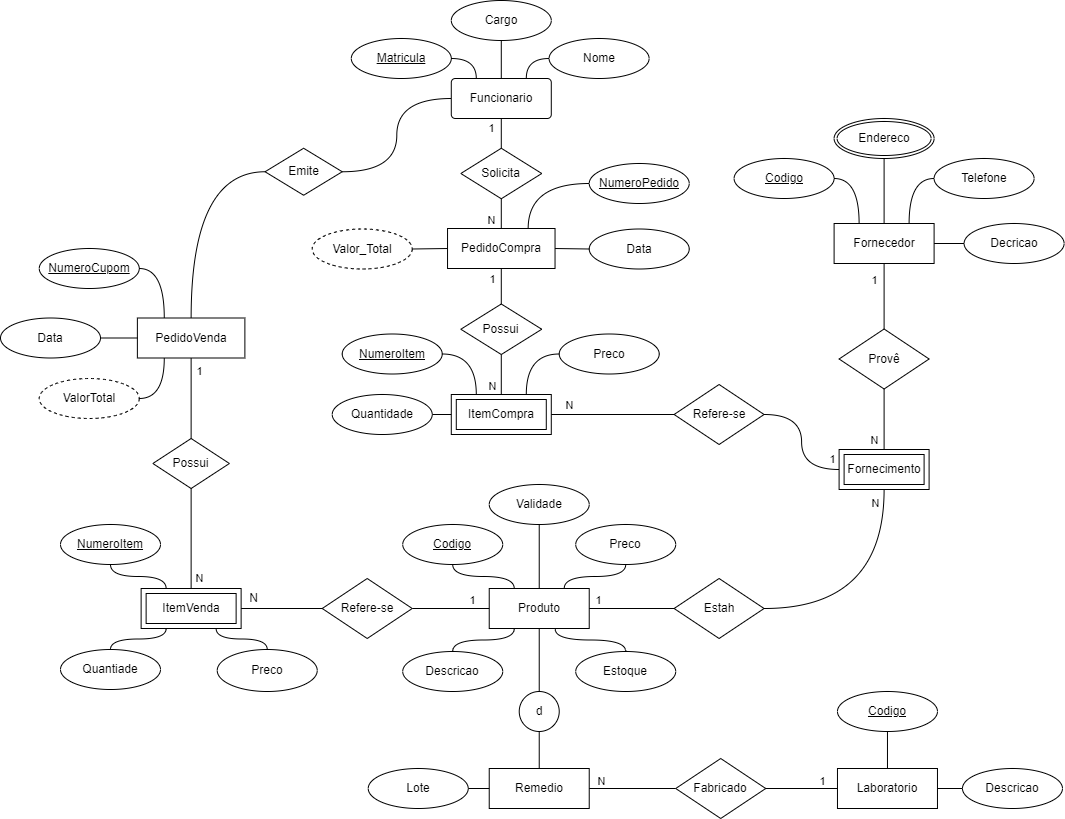
Above: docs/images/mer.png in ICEI-PUCMinas-PSG-SI-TI/psg-si-2025-1-p3-tiapn-6818100-farmacia-popular (draw.io), before the change. Source tidied: cells renumbered, new cells last; positions are measured from the earlier drawing's top-left corner, leaving out a move shared by most shapes.
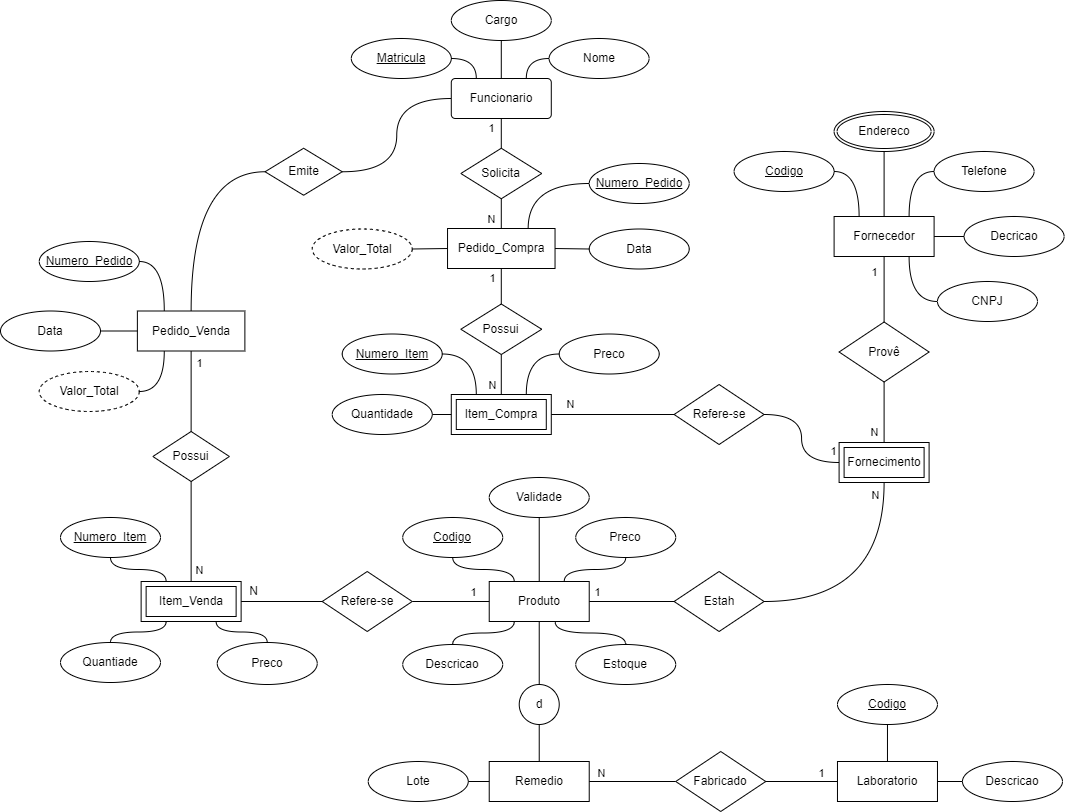
After the commit.

The edit, as a diff of the source:
```diff
@@ -3,16 +3,16 @@
     <mxCell id="0" />
     <mxCell id="1" parent="0" />
     <mxCell id="2" value="Funcionario" style="rounded=1;arcSize=10;whiteSpace=wrap;html=1;align=center;" parent="1" vertex="1">
-      <mxGeometry x="450.8" y="78" width="100" height="40" as="geometry" />
+      <mxGeometry x="450.8" y="85" width="100" height="40" as="geometry" />
     </mxCell>
     <mxCell id="3" value="Nome" style="ellipse;whiteSpace=wrap;html=1;align=center;" parent="1" vertex="1">
-      <mxGeometry x="548.6" y="38" width="100" height="40" as="geometry" />
+      <mxGeometry x="548.6" y="45" width="100" height="40" as="geometry" />
     </mxCell>
     <mxCell id="4" value="Cargo" style="ellipse;whiteSpace=wrap;html=1;align=center;" parent="1" vertex="1">
-      <mxGeometry x="450.8" width="100" height="40" as="geometry" />
+      <mxGeometry x="450.8" y="7" width="100" height="40" as="geometry" />
     </mxCell>
     <mxCell id="5" value="Matricula" style="ellipse;whiteSpace=wrap;html=1;align=center;fontStyle=4;" parent="1" vertex="1">
-      <mxGeometry x="350.8" y="38" width="100" height="40" as="geometry" />
+      <mxGeometry x="350.8" y="45" width="100" height="40" as="geometry" />
     </mxCell>
     <mxCell id="6" value="Produto" style="whiteSpace=wrap;html=1;align=center;" parent="1" vertex="1">
       <mxGeometry x="488.7" y="588" width="100" height="40" as="geometry" />
@@ -50,16 +50,16 @@
     <mxCell id="17" style="endArrow=none;html=1;rounded=0;edgeStyle=orthogonalEdgeStyle;curved=1;exitX=0.25;exitY=1;exitDx=0;exitDy=0;" parent="1" edge="1" source="6" target="11">
       <mxGeometry relative="1" as="geometry" />
     </mxCell>
-    <mxCell id="18" value="PedidoVenda" style="whiteSpace=wrap;html=1;align=center;" parent="1" vertex="1">
+    <mxCell id="18" value="Pedido_Venda" style="whiteSpace=wrap;html=1;align=center;" parent="1" vertex="1">
       <mxGeometry x="136.9" y="317.5" width="107.5" height="40" as="geometry" />
     </mxCell>
-    <mxCell id="19" value="ValorTotal" style="ellipse;whiteSpace=wrap;html=1;align=center;dashed=1;" parent="1" vertex="1">
+    <mxCell id="19" value="Valor_Total" style="ellipse;whiteSpace=wrap;html=1;align=center;dashed=1;" parent="1" vertex="1">
       <mxGeometry x="38.8" y="378" width="100" height="40" as="geometry" />
     </mxCell>
     <mxCell id="20" style="endArrow=none;html=1;rounded=0;entryX=1;entryY=0.5;entryDx=0;entryDy=0;exitX=0.25;exitY=1;exitDx=0;exitDy=0;edgeStyle=orthogonalEdgeStyle;curved=1;" parent="1" edge="1" source="18" target="19">
       <mxGeometry relative="1" as="geometry" />
     </mxCell>
-    <mxCell id="21" value="NumeroItem" style="ellipse;whiteSpace=wrap;html=1;align=center;fontStyle=4;" parent="1" vertex="1">
+    <mxCell id="21" value="Numero_Item" style="ellipse;whiteSpace=wrap;html=1;align=center;fontStyle=4;" parent="1" vertex="1">
       <mxGeometry x="60" y="524" width="100" height="40" as="geometry" />
     </mxCell>
     <mxCell id="22" style="endArrow=none;html=1;rounded=0;edgeStyle=orthogonalEdgeStyle;curved=1;exitX=0.25;exitY=0;exitDx=0;exitDy=0;entryX=0.5;entryY=1;entryDx=0;entryDy=0;" parent="1" edge="1" source="31" target="21">
@@ -68,7 +68,7 @@
     <mxCell id="23" value="Data" style="ellipse;whiteSpace=wrap;html=1;align=center;" parent="1" vertex="1">
       <mxGeometry y="317.5" width="100" height="40" as="geometry" />
     </mxCell>
-    <mxCell id="24" value="NumeroCupom" style="ellipse;whiteSpace=wrap;html=1;align=center;fontStyle=4;" parent="1" vertex="1">
+    <mxCell id="24" value="Numero_Pedido" style="ellipse;whiteSpace=wrap;html=1;align=center;fontStyle=4;" parent="1" vertex="1">
       <mxGeometry x="38.8" y="248" width="100" height="40" as="geometry" />
     </mxCell>
     <mxCell id="25" value="Possui" style="shape=rhombus;perimeter=rhombusPerimeter;whiteSpace=wrap;html=1;align=center;" parent="1" vertex="1">
@@ -91,7 +91,7 @@
     <mxCell id="30" style="endArrow=none;html=1;rounded=0;edgeStyle=orthogonalEdgeStyle;curved=1;entryX=0.25;entryY=1;entryDx=0;entryDy=0;" parent="1" edge="1" source="29" target="31">
       <mxGeometry relative="1" as="geometry" />
     </mxCell>
-    <mxCell id="31" value="ItemVenda" style="shape=ext;margin=3;double=1;whiteSpace=wrap;html=1;align=center;" parent="1" vertex="1">
+    <mxCell id="31" value="Item_Venda" style="shape=ext;margin=3;double=1;whiteSpace=wrap;html=1;align=center;" parent="1" vertex="1">
       <mxGeometry x="140.6" y="588" width="100" height="40" as="geometry" />
     </mxCell>
     <mxCell id="32" style="endArrow=none;html=1;rounded=0;entryX=1;entryY=0.5;entryDx=0;entryDy=0;exitX=0;exitY=0.5;exitDx=0;exitDy=0;edgeStyle=orthogonalEdgeStyle;curved=1;" parent="1" edge="1" source="26" target="31">
@@ -167,7 +167,7 @@
       </mxGeometry>
     </mxCell>
     <mxCell id="54" value="Solicita" style="shape=rhombus;perimeter=rhombusPerimeter;whiteSpace=wrap;html=1;align=center;" parent="1" vertex="1">
-      <mxGeometry x="460.3" y="147.8" width="80.9" height="50.5" as="geometry" />
+      <mxGeometry x="460.3" y="154.8" width="80.9" height="50.5" as="geometry" />
     </mxCell>
     <mxCell id="55" style="endArrow=none;html=1;rounded=0;exitX=1;exitY=0.5;exitDx=0;exitDy=0;entryX=0;entryY=0.5;entryDx=0;entryDy=0;" parent="1" edge="1" source="15" target="14">
       <mxGeometry relative="1" as="geometry" />
@@ -189,7 +189,7 @@
       </mxGeometry>
     </mxCell>
     <mxCell id="60" value="Emite" style="shape=rhombus;perimeter=rhombusPerimeter;whiteSpace=wrap;html=1;align=center;" parent="1" vertex="1">
-      <mxGeometry x="264.5" y="147.8" width="77.2" height="47" as="geometry" />
+      <mxGeometry x="264.5" y="154.8" width="77.2" height="47" as="geometry" />
     </mxCell>
     <mxCell id="61" style="endArrow=none;html=1;rounded=0;entryX=0;entryY=0.5;entryDx=0;entryDy=0;exitX=1;exitY=0.5;exitDx=0;exitDy=0;edgeStyle=orthogonalEdgeStyle;curved=1;" parent="1" edge="1" source="60" target="2">
       <mxGeometry relative="1" as="geometry" />
@@ -211,29 +211,29 @@
     <mxCell id="66" style="endArrow=none;html=1;rounded=0;exitX=1;exitY=0.5;exitDx=0;exitDy=0;entryX=0.25;entryY=0;entryDx=0;entryDy=0;edgeStyle=orthogonalEdgeStyle;curved=1;" parent="1" edge="1" source="24" target="18">
       <mxGeometry relative="1" as="geometry" />
     </mxCell>
-    <mxCell id="67" value="PedidoCompra" style="whiteSpace=wrap;html=1;align=center;" parent="1" vertex="1">
-      <mxGeometry x="447" y="228" width="107.5" height="40" as="geometry" />
+    <mxCell id="67" value="Pedido_Compra" style="whiteSpace=wrap;html=1;align=center;" parent="1" vertex="1">
+      <mxGeometry x="447" y="235" width="107.5" height="40" as="geometry" />
     </mxCell>
     <mxCell id="68" value="Possui" style="shape=rhombus;perimeter=rhombusPerimeter;whiteSpace=wrap;html=1;align=center;" parent="1" vertex="1">
-      <mxGeometry x="460.3" y="303.5" width="80.9" height="50.5" as="geometry" />
+      <mxGeometry x="460.3" y="310.5" width="80.9" height="50.5" as="geometry" />
     </mxCell>
-    <mxCell id="69" value="ItemCompra" style="shape=ext;margin=3;double=1;whiteSpace=wrap;html=1;align=center;" parent="1" vertex="1">
-      <mxGeometry x="450.8" y="394" width="100" height="40" as="geometry" />
+    <mxCell id="69" value="Item_Compra" style="shape=ext;margin=3;double=1;whiteSpace=wrap;html=1;align=center;" parent="1" vertex="1">
+      <mxGeometry x="450.8" y="401" width="100" height="40" as="geometry" />
     </mxCell>
-    <mxCell id="70" value="NumeroItem" style="ellipse;whiteSpace=wrap;html=1;align=center;fontStyle=4;" parent="1" vertex="1">
-      <mxGeometry x="341.7" y="333.5" width="100" height="40" as="geometry" />
+    <mxCell id="70" value="Numero_Item" style="ellipse;whiteSpace=wrap;html=1;align=center;fontStyle=4;" parent="1" vertex="1">
+      <mxGeometry x="341.7" y="340.5" width="100" height="40" as="geometry" />
     </mxCell>
     <mxCell id="71" value="&lt;span style=&quot;color: rgb(0, 0, 0);&quot;&gt;Quantidade&lt;/span&gt;" style="ellipse;whiteSpace=wrap;html=1;align=center;" parent="1" vertex="1">
-      <mxGeometry x="331.7" y="394" width="100" height="40" as="geometry" />
+      <mxGeometry x="331.7" y="401" width="100" height="40" as="geometry" />
     </mxCell>
-    <mxCell id="72" value="NumeroPedido" style="ellipse;whiteSpace=wrap;html=1;align=center;fontStyle=4;" parent="1" vertex="1">
-      <mxGeometry x="588.7" y="163" width="100" height="40" as="geometry" />
+    <mxCell id="72" value="Numero_Pedido" style="ellipse;whiteSpace=wrap;html=1;align=center;fontStyle=4;" parent="1" vertex="1">
+      <mxGeometry x="588.7" y="170" width="100" height="40" as="geometry" />
     </mxCell>
     <mxCell id="73" value="Data" style="ellipse;whiteSpace=wrap;html=1;align=center;" parent="1" vertex="1">
-      <mxGeometry x="588.7" y="228.5" width="100" height="40" as="geometry" />
+      <mxGeometry x="588.7" y="235.5" width="100" height="40" as="geometry" />
     </mxCell>
     <mxCell id="74" value="Valor_Total" style="ellipse;whiteSpace=wrap;html=1;align=center;dashed=1;" parent="1" vertex="1">
-      <mxGeometry x="311.7" y="228.5" width="100" height="40" as="geometry" />
+      <mxGeometry x="311.7" y="235.5" width="100" height="40" as="geometry" />
     </mxCell>
     <mxCell id="75" style="endArrow=none;html=1;rounded=0;exitX=1;exitY=0.5;exitDx=0;exitDy=0;entryX=0.25;entryY=0;entryDx=0;entryDy=0;edgeStyle=orthogonalEdgeStyle;curved=1;" parent="1" edge="1" source="5" target="2">
       <mxGeometry relative="1" as="geometry" />
@@ -284,7 +284,7 @@
       <mxGeometry relative="1" as="geometry" />
     </mxCell>
     <mxCell id="89" value="Preco" style="ellipse;whiteSpace=wrap;html=1;align=center;" parent="1" vertex="1">
-      <mxGeometry x="558.7" y="333.5" width="100" height="40" as="geometry" />
+      <mxGeometry x="558.7" y="340.5" width="100" height="40" as="geometry" />
     </mxCell>
     <mxCell id="90" value="Fabricado" style="shape=rhombus;perimeter=rhombusPerimeter;whiteSpace=wrap;html=1;align=center;" parent="1" vertex="1">
       <mxGeometry x="675.2" y="758" width="90" height="60" as="geometry" />
@@ -315,7 +315,7 @@
       <mxGeometry relative="1" as="geometry" />
     </mxCell>
     <mxCell id="98" value="Refere-se" style="shape=rhombus;perimeter=rhombusPerimeter;whiteSpace=wrap;html=1;align=center;" parent="1" vertex="1">
-      <mxGeometry x="673.6" y="384" width="90" height="60" as="geometry" />
+      <mxGeometry x="673.6" y="391" width="90" height="60" as="geometry" />
     </mxCell>
     <mxCell id="99" style="endArrow=none;html=1;rounded=0;entryX=0;entryY=0.5;entryDx=0;entryDy=0;exitX=1;exitY=0.5;exitDx=0;exitDy=0;edgeStyle=orthogonalEdgeStyle;curved=1;" parent="1" edge="1" source="69" target="98">
       <mxGeometry relative="1" as="geometry" />
@@ -364,5 +364,11 @@
         <mxPoint x="-10" as="offset" />
       </mxGeometry>
     </mxCell>
+    <mxCell id="112" value="CNPJ" style="ellipse;whiteSpace=wrap;html=1;align=center;" parent="1" vertex="1">
+      <mxGeometry x="937" y="288" width="100" height="40" as="geometry" />
+    </mxCell>
+    <mxCell id="113" style="endArrow=none;html=1;rounded=0;entryX=0;entryY=0.5;entryDx=0;entryDy=0;exitX=0.75;exitY=1;exitDx=0;exitDy=0;edgeStyle=orthogonalEdgeStyle;curved=1;" parent="1" edge="1" source="35" target="112">
+      <mxGeometry relative="1" as="geometry" />
+    </mxCell>
   </root>
 </mxGraphModel>
```
